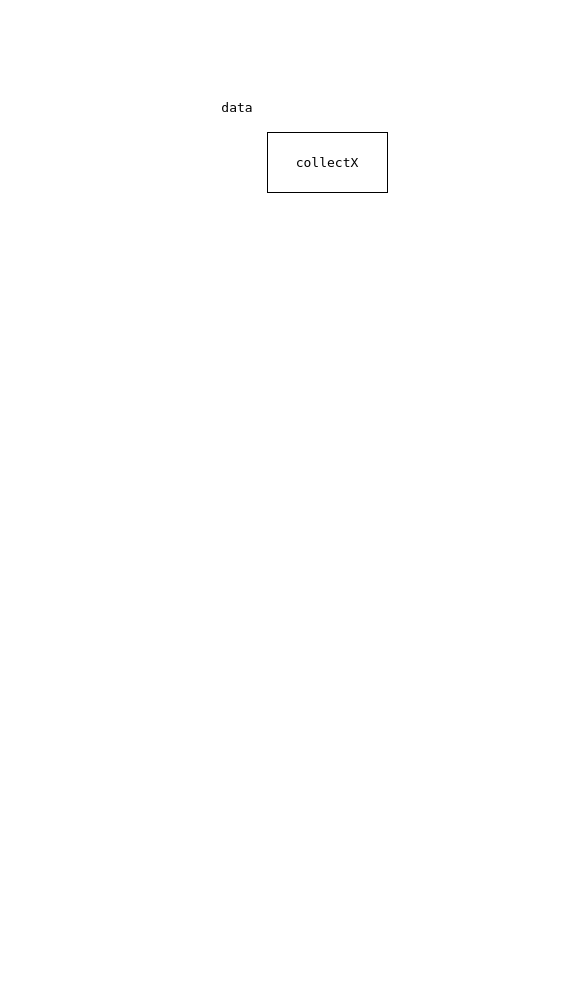
This is trade model.drawio from mistyeye11/drawio, a draw.io file, before an edit. Source tidied: cells renumbered, new cells numbered last; positions are measured from the earlier drawing's top-left corner, leaving out a move shared by most shapes. Both pictures are drawn from the tidied source at 100%, with x=0, y=0 at pixel (207, 92).
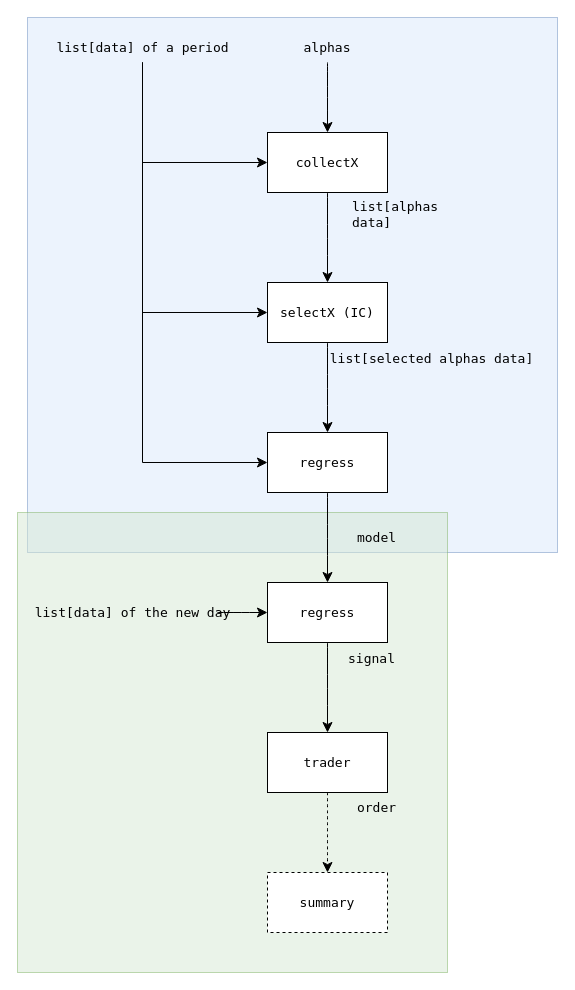
After the change.

The change refers to these unchanged cells:
```xml
<mxCell id="2" value="collectX" style="rounded=0;whiteSpace=wrap;html=1;fontFamily=Lucida Console;fontSize=13;" parent="1" vertex="1">
  <mxGeometry x="60" y="40" width="120" height="60" as="geometry" />
</mxCell>
```

Diff of the diagram source:
```diff
@@
+    <mxCell id="4" style="rounded=0;whiteSpace=wrap;html=1;strokeColor=#6c8ebf;align=center;verticalAlign=middle;fontFamily=Lucida Console;fontSize=13;fillColor=#dae8fc;opacity=50;" parent="1" vertex="1">
+      <mxGeometry x="-180" y="-75" width="530" height="535" as="geometry" />
+    </mxCell>
+    <mxCell id="5" style="rounded=0;whiteSpace=wrap;html=1;strokeColor=#82b366;align=center;verticalAlign=middle;fontFamily=Lucida Console;fontSize=13;fillColor=#d5e8d4;opacity=50;" parent="1" vertex="1">
+      <mxGeometry x="-190" y="420" width="430" height="460" as="geometry" />
+    </mxCell>
+    <mxCell id="6" style="edgeStyle=none;curved=1;rounded=0;jettySize=auto;html=1;fontFamily=Lucida Console;fontSize=13;fontColor=default;startSize=8;endSize=8;" parent="1" edge="1" source="2" target="16">
+      <mxGeometry relative="1" as="geometry" />
+    </mxCell>
+    <mxCell id="7" style="edgeLabel;html=1;align=center;verticalAlign=middle;fontSize=12;rounded=0;strokeColor=default;fontFamily=Lucida Console;fontColor=default;fillColor=default;" parent="6" vertex="1">
+      <mxGeometry x="-0.16" y="-5" relative="1" as="geometry">
+        <mxPoint x="5" as="offset" />
+      </mxGeometry>
+    </mxCell>
@@
-    <mxCell id="3" value="data" style="text;html=1;align=center;verticalAlign=middle;whiteSpace=wrap;rounded=0;fontSize=13;fontFamily=Lucida Console;fontColor=default;" parent="1" vertex="1">
-      <mxGeometry width="60" height="30" as="geometry" />
-    </mxCell>
+    <mxCell id="8" style="edgeStyle=orthogonalEdgeStyle;rounded=0;jettySize=auto;html=1;fontFamily=Lucida Console;fontSize=13;fontColor=default;startSize=8;endSize=8;" parent="1" edge="1" source="11" target="2">
+      <mxGeometry relative="1" as="geometry">
+        <Array as="points">
+          <mxPoint x="-65" y="70" />
+        </Array>
+      </mxGeometry>
+    </mxCell>
+    <mxCell id="9" style="edgeStyle=orthogonalEdgeStyle;rounded=0;jettySize=auto;html=1;fontFamily=Lucida Console;fontSize=13;fontColor=default;startSize=8;endSize=8;" parent="1" edge="1" source="11" target="16">
+      <mxGeometry relative="1" as="geometry">
+        <Array as="points">
+          <mxPoint x="-65" y="220" />
+        </Array>
+      </mxGeometry>
+    </mxCell>
+    <mxCell id="10" style="edgeStyle=orthogonalEdgeStyle;rounded=0;jettySize=auto;html=1;fontFamily=Lucida Console;fontSize=13;fontColor=default;startSize=8;endSize=8;" parent="1" edge="1" source="11" target="18">
+      <mxGeometry relative="1" as="geometry">
+        <Array as="points">
+          <mxPoint x="-65" y="370" />
+        </Array>
+      </mxGeometry>
+    </mxCell>
+    <mxCell id="11" value="&lt;div&gt;list[data] of a period&lt;br&gt;&lt;/div&gt;" style="text;html=1;align=center;verticalAlign=middle;points=[];strokeColor=none;fillColor=none;fontSize=13;fontFamily=Lucida Console;fontColor=default;" parent="1" vertex="1">
+      <mxGeometry x="-140" y="-60" width="150" height="30" as="geometry" />
+    </mxCell>
+    <mxCell id="12" style="edgeStyle=none;curved=1;rounded=0;jettySize=auto;html=1;fontFamily=Lucida Console;fontSize=13;fontColor=default;startSize=8;endSize=8;" parent="1" edge="1" source="13" target="2">
+      <mxGeometry relative="1" as="geometry" />
+    </mxCell>
+    <mxCell id="13" value="alphas" style="text;html=1;align=center;verticalAlign=middle;whiteSpace=wrap;rounded=0;fontSize=13;fontFamily=Lucida Console;fontColor=default;" parent="1" vertex="1">
+      <mxGeometry x="90" y="-60" width="60" height="30" as="geometry" />
+    </mxCell>
+    <mxCell id="14" style="edgeStyle=none;curved=1;rounded=0;jettySize=auto;html=1;fontFamily=Lucida Console;fontSize=13;fontColor=default;startSize=8;endSize=8;" parent="1" edge="1" source="16" target="18">
+      <mxGeometry relative="1" as="geometry" />
+    </mxCell>
+    <mxCell id="15" style="edgeLabel;html=1;align=center;verticalAlign=middle;fontSize=12;rounded=0;strokeColor=default;fontFamily=Lucida Console;fontColor=default;fillColor=default;" parent="14" vertex="1">
+      <mxGeometry x="-0.15" y="-2" relative="1" as="geometry" />
+    </mxCell>
+    <mxCell id="16" value="selectX (IC)" style="rounded=0;whiteSpace=wrap;html=1;strokeColor=default;align=center;verticalAlign=middle;fontFamily=Lucida Console;fontSize=13;fontColor=default;fillColor=default;" parent="1" vertex="1">
+      <mxGeometry x="60" y="190" width="120" height="60" as="geometry" />
+    </mxCell>
+    <mxCell id="17" style="edgeStyle=none;curved=1;rounded=0;jettySize=auto;html=1;fontFamily=Lucida Console;fontSize=13;fontColor=default;startSize=8;endSize=8;" parent="1" edge="1" source="18" target="20">
+      <mxGeometry relative="1" as="geometry" />
+    </mxCell>
+    <mxCell id="18" value="regress" style="rounded=0;whiteSpace=wrap;html=1;strokeColor=default;align=center;verticalAlign=middle;fontFamily=Lucida Console;fontSize=13;fontColor=default;fillColor=default;" parent="1" vertex="1">
+      <mxGeometry x="60" y="340" width="120" height="60" as="geometry" />
+    </mxCell>
+    <mxCell id="19" style="edgeStyle=none;curved=1;rounded=0;jettySize=auto;html=1;fontFamily=Lucida Console;fontSize=13;fontColor=default;startSize=8;endSize=8;" parent="1" edge="1" source="20" target="28">
+      <mxGeometry relative="1" as="geometry" />
+    </mxCell>
+    <mxCell id="20" value="regress" style="rounded=0;whiteSpace=wrap;html=1;strokeColor=default;align=center;verticalAlign=middle;fontFamily=Lucida Console;fontSize=13;fontColor=default;fillColor=default;" parent="1" vertex="1">
+      <mxGeometry x="60" y="490" width="120" height="60" as="geometry" />
+    </mxCell>
+    <mxCell id="21" value="list[alphas data]" style="text;whiteSpace=wrap;html=1;fontFamily=Lucida Console;fontSize=13;fontColor=default;" parent="1" vertex="1">
+      <mxGeometry x="143" y="100" width="130" height="40" as="geometry" />
+    </mxCell>
+    <mxCell id="22" value="&lt;div&gt;list[selected alphas data]&lt;br&gt;&lt;/div&gt;" style="text;html=1;align=center;verticalAlign=middle;strokeColor=none;fillColor=none;fontSize=13;fontFamily=Lucida Console;fontColor=default;" parent="1" vertex="1">
+      <mxGeometry x="139" y="251" width="170" height="30" as="geometry" />
+    </mxCell>
+    <mxCell id="23" value="model" style="text;html=1;align=center;verticalAlign=middle;strokeColor=none;fillColor=none;fontSize=13;fontFamily=Lucida Console;fontColor=default;" parent="1" vertex="1">
+      <mxGeometry x="139" y="430" width="60" height="30" as="geometry" />
+    </mxCell>
+    <mxCell id="24" style="edgeStyle=none;curved=1;rounded=0;jettySize=auto;html=1;fontFamily=Lucida Console;fontSize=13;fontColor=default;startSize=8;endSize=8;" parent="1" edge="1" source="25" target="20">
+      <mxGeometry relative="1" as="geometry" />
+    </mxCell>
+    <mxCell id="25" value="&lt;div&gt;list[data] of the new day&lt;br&gt;&lt;/div&gt;" style="text;html=1;align=center;verticalAlign=middle;points=[];strokeColor=none;fillColor=none;fontSize=13;fontFamily=Lucida Console;fontColor=default;" parent="1" vertex="1">
+      <mxGeometry x="-160" y="505" width="170" height="30" as="geometry" />
+    </mxCell>
+    <mxCell id="26" value="signal" style="text;html=1;align=center;verticalAlign=middle;strokeColor=none;fillColor=none;fontSize=13;fontFamily=Lucida Console;fontColor=default;" parent="1" vertex="1">
+      <mxGeometry x="134" y="551" width="60" height="30" as="geometry" />
+    </mxCell>
+    <mxCell id="27" style="edgeStyle=none;curved=1;rounded=0;jettySize=auto;html=1;fontFamily=Lucida Console;fontSize=13;fontColor=default;startSize=8;endSize=8;dashed=1;" parent="1" edge="1" source="28" target="30">
+      <mxGeometry relative="1" as="geometry" />
+    </mxCell>
+    <mxCell id="28" value="trader" style="rounded=0;whiteSpace=wrap;html=1;strokeColor=default;align=center;verticalAlign=middle;fontFamily=Lucida Console;fontSize=13;fontColor=default;fillColor=default;" parent="1" vertex="1">
+      <mxGeometry x="60" y="640" width="120" height="60" as="geometry" />
+    </mxCell>
+    <mxCell id="29" value="order" style="text;html=1;align=center;verticalAlign=middle;strokeColor=none;fillColor=none;fontSize=13;fontFamily=Lucida Console;fontColor=default;" parent="1" vertex="1">
+      <mxGeometry x="139" y="700" width="60" height="30" as="geometry" />
+    </mxCell>
+    <mxCell id="30" value="summary" style="rounded=0;whiteSpace=wrap;html=1;strokeColor=default;align=center;verticalAlign=middle;fontFamily=Lucida Console;fontSize=13;fontColor=default;fillColor=default;dashed=1;" parent="1" vertex="1">
+      <mxGeometry x="60" y="780" width="120" height="60" as="geometry" />
+    </mxCell>
```
